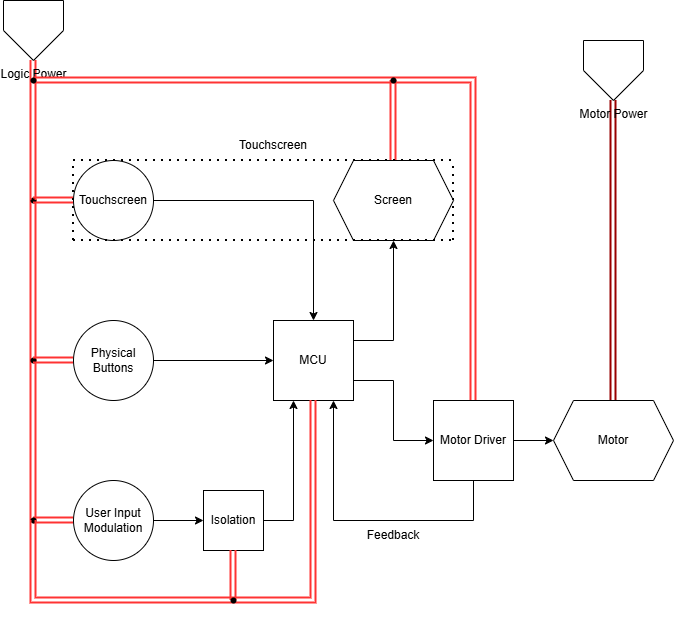
Earlier version of the draw.io export Diagram/autothreader_diagram.png (PerryXu1/auto-threader). Source tidied: cells renumbered, new cells last; positions are measured from the earlier drawing's top-left corner, leaving out a move shared by most shapes. The source it was exported from:
```xml
<mxGraphModel>
  <root>
    <mxCell id="0" />
    <mxCell id="1" parent="0" />
    <mxCell id="2" style="edgeStyle=orthogonalEdgeStyle;rounded=0;jettySize=auto;html=1;exitX=1;exitY=0.75;exitDx=0;exitDy=0;entryX=0;entryY=0.5;entryDx=0;entryDy=0;" parent="1" edge="1" source="4" target="34">
      <mxGeometry relative="1" as="geometry" />
    </mxCell>
    <mxCell id="3" style="edgeStyle=orthogonalEdgeStyle;rounded=0;jettySize=auto;html=1;exitX=1;exitY=0.25;exitDx=0;exitDy=0;entryX=0.5;entryY=1;entryDx=0;entryDy=0;" parent="1" edge="1" source="4" target="14">
      <mxGeometry relative="1" as="geometry" />
    </mxCell>
    <mxCell id="4" value="MCU" style="rounded=0;whiteSpace=wrap;html=1;" parent="1" vertex="1">
      <mxGeometry x="270" y="320" width="80" height="80" as="geometry" />
    </mxCell>
    <mxCell id="5" style="edgeStyle=orthogonalEdgeStyle;rounded=0;orthogonalLoop=1;jettySize=auto;html=1;exitX=1;exitY=0.5;exitDx=0;exitDy=0;entryX=0.5;entryY=0;entryDx=0;entryDy=0;" parent="1" edge="1">
      <mxGeometry relative="1" as="geometry">
        <mxPoint x="150" y="200" as="sourcePoint" />
        <mxPoint x="310" y="320" as="targetPoint" />
      </mxGeometry>
    </mxCell>
    <mxCell id="6" value="Touchscreen" style="ellipse;whiteSpace=wrap;html=1;" parent="1" vertex="1">
      <mxGeometry x="70" y="160" width="80" height="80" as="geometry" />
    </mxCell>
    <mxCell id="7" style="edgeStyle=orthogonalEdgeStyle;rounded=0;jettySize=auto;html=1;entryX=0;entryY=0.5;entryDx=0;entryDy=0;" parent="1" edge="1" source="8" target="4">
      <mxGeometry relative="1" as="geometry" />
    </mxCell>
    <mxCell id="8" value="Physical Buttons" style="ellipse;whiteSpace=wrap;html=1;" parent="1" vertex="1">
      <mxGeometry x="70" y="320" width="80" height="80" as="geometry" />
    </mxCell>
    <mxCell id="9" style="edgeStyle=orthogonalEdgeStyle;rounded=0;jettySize=auto;html=1;entryX=0;entryY=0.5;entryDx=0;entryDy=0;" parent="1" edge="1" source="10" target="13">
      <mxGeometry relative="1" as="geometry" />
    </mxCell>
    <mxCell id="10" value="User Input Modulation" style="ellipse;whiteSpace=wrap;html=1;" parent="1" vertex="1">
      <mxGeometry x="70" y="480" width="80" height="80" as="geometry" />
    </mxCell>
    <mxCell id="11" value="Motor" style="shape=hexagon;perimeter=hexagonPerimeter2;whiteSpace=wrap;html=1;fixedSize=1;" parent="1" vertex="1">
      <mxGeometry x="550" y="400" width="120" height="80" as="geometry" />
    </mxCell>
    <mxCell id="12" style="edgeStyle=orthogonalEdgeStyle;rounded=0;jettySize=auto;html=1;entryX=0.25;entryY=1;entryDx=0;entryDy=0;" parent="1" edge="1" source="13" target="4">
      <mxGeometry relative="1" as="geometry" />
    </mxCell>
    <mxCell id="13" value="Isolation" style="whiteSpace=wrap;html=1;" parent="1" vertex="1">
      <mxGeometry x="200" y="490" width="60" height="60" as="geometry" />
    </mxCell>
    <mxCell id="14" value="Screen" style="shape=hexagon;perimeter=hexagonPerimeter2;whiteSpace=wrap;html=1;fixedSize=1;" parent="1" vertex="1">
      <mxGeometry x="330" y="160" width="120" height="80" as="geometry" />
    </mxCell>
    <mxCell id="15" style="edgeStyle=orthogonalEdgeStyle;rounded=0;jettySize=auto;html=1;exitX=0.5;exitY=1;exitDx=0;exitDy=0;strokeColor=#FF3333;strokeWidth=2;shape=link;" parent="1" edge="1" source="16" target="44">
      <mxGeometry relative="1" as="geometry" />
    </mxCell>
    <mxCell id="16" value="Logic Power" style="verticalLabelPosition=bottom;verticalAlign=top;html=1;shape=offPageConnector;rounded=0;size=0.5;" parent="1" vertex="1">
      <mxGeometry width="60" height="60" as="geometry" />
    </mxCell>
    <mxCell id="17" style="edgeStyle=orthogonalEdgeStyle;rounded=0;jettySize=auto;html=1;entryX=0.5;entryY=0;entryDx=0;entryDy=0;strokeColor=#990000;strokeWidth=2;shape=link;" parent="1" edge="1" source="18" target="11">
      <mxGeometry relative="1" as="geometry" />
    </mxCell>
    <mxCell id="18" value="Motor Power" style="verticalLabelPosition=bottom;verticalAlign=top;html=1;shape=offPageConnector;rounded=0;size=0.5;" parent="1" vertex="1">
      <mxGeometry x="580" y="40" width="60" height="60" as="geometry" />
    </mxCell>
    <mxCell id="19" style="edgeStyle=orthogonalEdgeStyle;rounded=0;jettySize=auto;html=1;shape=link;fillColor=#f8cecc;strokeColor=#FF3333;strokeWidth=2;" parent="1" edge="1" source="20" target="22">
      <mxGeometry relative="1" as="geometry" />
    </mxCell>
    <mxCell id="20" style="shape=waypoint;sketch=0;fillStyle=solid;size=6;points=[];fillColor=none;perimeter=centerPerimeter;snapToPoint=1;" parent="1" vertex="1">
      <mxGeometry x="20" y="190" width="20" height="20" as="geometry" />
    </mxCell>
    <mxCell id="21" style="edgeStyle=orthogonalEdgeStyle;rounded=0;jettySize=auto;html=1;shape=link;fillColor=#f8cecc;strokeColor=#FF3333;strokeWidth=2;" parent="1" edge="1" source="22" target="25">
      <mxGeometry relative="1" as="geometry" />
    </mxCell>
    <mxCell id="22" style="shape=waypoint;sketch=0;fillStyle=solid;size=6;points=[];fillColor=none;perimeter=centerPerimeter;snapToPoint=1;" parent="1" vertex="1">
      <mxGeometry x="20" y="350" width="20" height="20" as="geometry" />
    </mxCell>
    <mxCell id="23" style="edgeStyle=orthogonalEdgeStyle;rounded=0;jettySize=auto;html=1;entryX=0;entryY=0.5;entryDx=0;entryDy=0;shape=link;fillColor=#f8cecc;strokeColor=#FF3333;strokeWidth=2;" parent="1" edge="1" source="25" target="10">
      <mxGeometry relative="1" as="geometry" />
    </mxCell>
    <mxCell id="24" style="edgeStyle=orthogonalEdgeStyle;rounded=0;orthogonalLoop=1;jettySize=auto;html=1;shape=link;fillColor=#f8cecc;strokeColor=#FF3333;strokeWidth=2;" parent="1" edge="1">
      <mxGeometry relative="1" as="geometry">
        <mxPoint x="230" y="600" as="sourcePoint" />
        <mxPoint x="230" y="600" as="targetPoint" />
        <Array as="points">
          <mxPoint x="30" y="600" />
        </Array>
      </mxGeometry>
    </mxCell>
    <mxCell id="25" style="shape=waypoint;sketch=0;fillStyle=solid;size=6;points=[];fillColor=none;perimeter=centerPerimeter;snapToPoint=1;" parent="1" vertex="1">
      <mxGeometry x="20" y="510" width="20" height="20" as="geometry" />
    </mxCell>
    <mxCell id="26" style="edgeStyle=orthogonalEdgeStyle;rounded=0;jettySize=auto;html=1;entryX=0;entryY=0.5;entryDx=0;entryDy=0;shape=link;fillColor=#f8cecc;strokeColor=#FF3333;strokeWidth=2;" parent="1" edge="1" source="22" target="8">
      <mxGeometry relative="1" as="geometry">
        <Array as="points">
          <mxPoint x="50" y="360" />
          <mxPoint x="50" y="360" />
        </Array>
      </mxGeometry>
    </mxCell>
    <mxCell id="27" style="edgeStyle=orthogonalEdgeStyle;rounded=0;jettySize=auto;html=1;shape=link;fillColor=#f8cecc;strokeColor=#FF3333;strokeWidth=2;" parent="1" edge="1" source="20">
      <mxGeometry relative="1" as="geometry">
        <mxPoint x="70" y="200" as="targetPoint" />
        <Array as="points">
          <mxPoint x="40" y="200" />
          <mxPoint x="40" y="200" />
        </Array>
      </mxGeometry>
    </mxCell>
    <mxCell id="28" style="edgeStyle=orthogonalEdgeStyle;rounded=0;jettySize=auto;html=1;shape=link;fillColor=#f8cecc;strokeColor=#FF3333;strokeWidth=2;entryX=0.5;entryY=1;entryDx=0;entryDy=0;" parent="1" edge="1" source="38" target="13">
      <mxGeometry relative="1" as="geometry" />
    </mxCell>
    <mxCell id="29" style="edgeStyle=orthogonalEdgeStyle;rounded=0;jettySize=auto;html=1;shape=link;strokeWidth=2;strokeColor=#FF3333;" parent="1" edge="1" source="44">
      <mxGeometry relative="1" as="geometry">
        <mxPoint x="310" y="80" as="targetPoint" />
      </mxGeometry>
    </mxCell>
    <mxCell id="30" style="edgeStyle=orthogonalEdgeStyle;rounded=0;jettySize=auto;html=1;entryX=0.517;entryY=0.267;entryDx=0;entryDy=0;entryPerimeter=0;shape=link;strokeWidth=2;strokeColor=#FF3333;" parent="1" edge="1" source="44" target="20">
      <mxGeometry relative="1" as="geometry" />
    </mxCell>
    <mxCell id="31" style="edgeStyle=orthogonalEdgeStyle;rounded=0;jettySize=auto;html=1;entryX=0.5;entryY=0;entryDx=0;entryDy=0;shape=link;strokeWidth=2;strokeColor=#FF3333;" parent="1" edge="1" source="48" target="14">
      <mxGeometry relative="1" as="geometry" />
    </mxCell>
    <mxCell id="32" style="edgeStyle=orthogonalEdgeStyle;rounded=0;jettySize=auto;html=1;entryX=0;entryY=0.5;entryDx=0;entryDy=0;" parent="1" edge="1" source="34" target="11">
      <mxGeometry relative="1" as="geometry" />
    </mxCell>
    <mxCell id="33" style="edgeStyle=orthogonalEdgeStyle;rounded=0;jettySize=auto;html=1;entryX=0.75;entryY=1;entryDx=0;entryDy=0;" parent="1" edge="1" source="34" target="4">
      <mxGeometry relative="1" as="geometry">
        <Array as="points">
          <mxPoint x="470" y="520" />
          <mxPoint x="330" y="520" />
        </Array>
      </mxGeometry>
    </mxCell>
    <mxCell id="34" value="Motor Driver" style="rounded=0;whiteSpace=wrap;html=1;" parent="1" vertex="1">
      <mxGeometry x="430" y="400" width="80" height="80" as="geometry" />
    </mxCell>
    <mxCell id="35" value="Feedback" style="text;html=1;whiteSpace=wrap;strokeColor=none;fillColor=none;align=center;verticalAlign=middle;rounded=0;" parent="1" vertex="1">
      <mxGeometry x="360" y="520" width="60" height="30" as="geometry" />
    </mxCell>
    <mxCell id="36" style="edgeStyle=orthogonalEdgeStyle;rounded=0;jettySize=auto;html=1;shape=link;fillColor=#f8cecc;strokeColor=#FF3333;strokeWidth=2;entryDx=0;entryDy=0;" parent="1" edge="1" source="25" target="38">
      <mxGeometry relative="1" as="geometry">
        <Array as="points">
          <mxPoint x="30" y="600" />
        </Array>
      </mxGeometry>
    </mxCell>
    <mxCell id="37" style="edgeStyle=orthogonalEdgeStyle;rounded=0;jettySize=auto;html=1;entryX=0.5;entryY=1;entryDx=0;entryDy=0;strokeWidth=2;strokeColor=#FF3333;shape=link;" parent="1" edge="1" source="38" target="4">
      <mxGeometry relative="1" as="geometry" />
    </mxCell>
    <mxCell id="38" style="shape=waypoint;sketch=0;fillStyle=solid;size=6;points=[];fillColor=none;perimeter=centerPerimeter;snapToPoint=1;" parent="1" vertex="1">
      <mxGeometry x="220" y="590" width="20" height="20" as="geometry" />
    </mxCell>
    <mxCell id="39" style="endArrow=none;dashed=1;html=1;dashPattern=1 3;strokeWidth=2;rounded=0;" parent="1" edge="1">
      <mxGeometry relative="1" as="geometry">
        <mxPoint x="70" y="240" as="sourcePoint" />
        <mxPoint x="450" y="240" as="targetPoint" />
      </mxGeometry>
    </mxCell>
    <mxCell id="40" style="endArrow=none;dashed=1;html=1;dashPattern=1 3;strokeWidth=2;rounded=0;" parent="1" edge="1">
      <mxGeometry relative="1" as="geometry">
        <mxPoint x="70" y="160" as="sourcePoint" />
        <mxPoint x="450" y="160" as="targetPoint" />
      </mxGeometry>
    </mxCell>
    <mxCell id="41" style="endArrow=none;dashed=1;html=1;dashPattern=1 3;strokeWidth=2;rounded=0;" parent="1" edge="1">
      <mxGeometry relative="1" as="geometry">
        <mxPoint x="450" y="240" as="sourcePoint" />
        <mxPoint x="450" y="160" as="targetPoint" />
      </mxGeometry>
    </mxCell>
    <mxCell id="42" style="endArrow=none;dashed=1;html=1;dashPattern=1 3;strokeWidth=2;rounded=0;" parent="1" edge="1">
      <mxGeometry relative="1" as="geometry">
        <mxPoint x="70" y="240" as="sourcePoint" />
        <mxPoint x="70" y="160" as="targetPoint" />
      </mxGeometry>
    </mxCell>
    <mxCell id="43" style="edgeStyle=orthogonalEdgeStyle;rounded=0;jettySize=auto;html=1;shape=link;strokeWidth=2;strokeColor=#FF3333;" parent="1" edge="1" target="44">
      <mxGeometry relative="1" as="geometry">
        <mxPoint x="30" y="80" as="sourcePoint" />
      </mxGeometry>
    </mxCell>
    <mxCell id="44" style="shape=waypoint;sketch=0;fillStyle=solid;size=6;points=[];fillColor=none;perimeter=centerPerimeter;snapToPoint=1;" parent="1" vertex="1">
      <mxGeometry x="20" y="70" width="20" height="20" as="geometry" />
    </mxCell>
    <mxCell id="45" value="Touchscreen" style="text;html=1;whiteSpace=wrap;strokeColor=none;fillColor=none;align=center;verticalAlign=middle;rounded=0;" parent="1" vertex="1">
      <mxGeometry x="240" y="130" width="60" height="30" as="geometry" />
    </mxCell>
    <mxCell id="46" style="edgeStyle=orthogonalEdgeStyle;rounded=0;jettySize=auto;html=1;entryDx=0;entryDy=0;shape=link;strokeWidth=2;strokeColor=#FF3333;" parent="1" edge="1" target="48">
      <mxGeometry relative="1" as="geometry">
        <mxPoint x="310" y="80" as="sourcePoint" />
      </mxGeometry>
    </mxCell>
    <mxCell id="47" style="edgeStyle=orthogonalEdgeStyle;rounded=0;jettySize=auto;html=1;entryX=0.5;entryY=0;entryDx=0;entryDy=0;strokeColor=#FF3333;strokeWidth=2;shape=link;" parent="1" edge="1" source="48" target="34">
      <mxGeometry relative="1" as="geometry" />
    </mxCell>
    <mxCell id="48" style="shape=waypoint;sketch=0;fillStyle=solid;size=6;points=[];fillColor=none;perimeter=centerPerimeter;snapToPoint=1;" parent="1" vertex="1">
      <mxGeometry x="380" y="70" width="20" height="20" as="geometry" />
    </mxCell>
  </root>
</mxGraphModel>
```
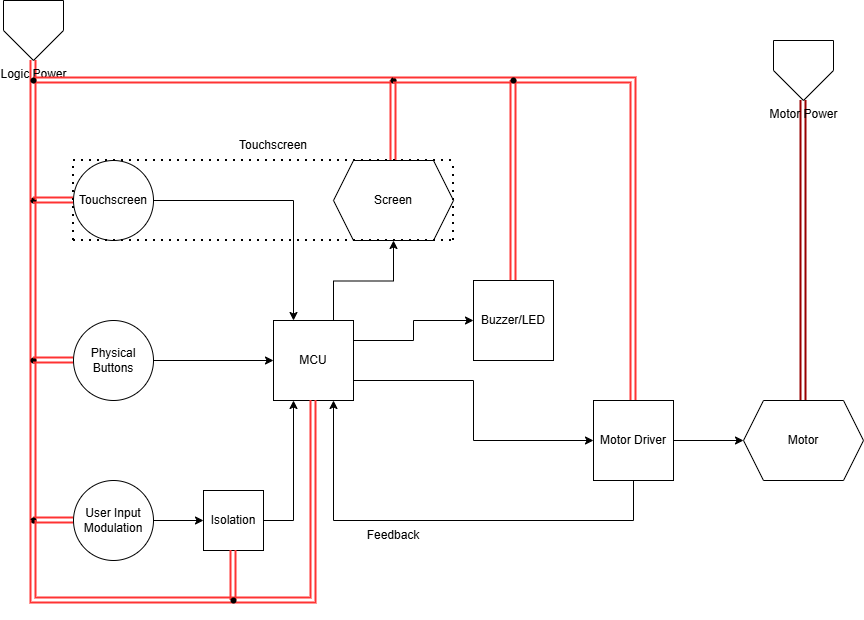
The same file after the commit.

Commit message:
feat: updated block diagram

What changed in the source:
```diff
@@ -5,16 +5,21 @@
     <mxCell id="2" style="edgeStyle=orthogonalEdgeStyle;rounded=0;jettySize=auto;html=1;exitX=1;exitY=0.75;exitDx=0;exitDy=0;entryX=0;entryY=0.5;entryDx=0;entryDy=0;" parent="1" edge="1" source="4" target="34">
       <mxGeometry relative="1" as="geometry" />
     </mxCell>
-    <mxCell id="3" style="edgeStyle=orthogonalEdgeStyle;rounded=0;jettySize=auto;html=1;exitX=1;exitY=0.25;exitDx=0;exitDy=0;entryX=0.5;entryY=1;entryDx=0;entryDy=0;" parent="1" edge="1" source="4" target="14">
-      <mxGeometry relative="1" as="geometry" />
-    </mxCell>
+    <mxCell id="49" style="edgeStyle=orthogonalEdgeStyle;rounded=0;jettySize=auto;html=1;exitX=0.75;exitY=0;exitDx=0;exitDy=0;" parent="1" edge="1" source="4">
+      <mxGeometry relative="1" as="geometry">
+        <mxPoint x="390" y="240" as="targetPoint" />
+      </mxGeometry>
+    </mxCell>
+    <mxCell id="50" style="edgeStyle=orthogonalEdgeStyle;rounded=0;jettySize=auto;html=1;exitX=1;exitY=0.25;exitDx=0;exitDy=0;entryX=0;entryY=0.5;entryDx=0;entryDy=0;" parent="1" edge="1" source="4" target="51">
+      <mxGeometry relative="1" as="geometry" />
+    </mxCell>
     <mxCell id="4" value="MCU" style="rounded=0;whiteSpace=wrap;html=1;" parent="1" vertex="1">
       <mxGeometry x="270" y="320" width="80" height="80" as="geometry" />
     </mxCell>
     <mxCell id="5" style="edgeStyle=orthogonalEdgeStyle;rounded=0;orthogonalLoop=1;jettySize=auto;html=1;exitX=1;exitY=0.5;exitDx=0;exitDy=0;entryX=0.5;entryY=0;entryDx=0;entryDy=0;" parent="1" edge="1">
       <mxGeometry relative="1" as="geometry">
-        <mxPoint x="150" y="200" as="sourcePoint" />
-        <mxPoint x="310" y="320" as="targetPoint" />
+        <mxPoint x="130" y="200" as="sourcePoint" />
+        <mxPoint x="290" y="320" as="targetPoint" />
       </mxGeometry>
     </mxCell>
     <mxCell id="6" value="Touchscreen" style="ellipse;whiteSpace=wrap;html=1;" parent="1" vertex="1">
@@ -33,7 +38,7 @@
       <mxGeometry x="70" y="480" width="80" height="80" as="geometry" />
     </mxCell>
     <mxCell id="11" value="Motor" style="shape=hexagon;perimeter=hexagonPerimeter2;whiteSpace=wrap;html=1;fixedSize=1;" parent="1" vertex="1">
-      <mxGeometry x="550" y="400" width="120" height="80" as="geometry" />
+      <mxGeometry x="740" y="400" width="120" height="80" as="geometry" />
     </mxCell>
     <mxCell id="12" style="edgeStyle=orthogonalEdgeStyle;rounded=0;jettySize=auto;html=1;entryX=0.25;entryY=1;entryDx=0;entryDy=0;" parent="1" edge="1" source="13" target="4">
       <mxGeometry relative="1" as="geometry" />
@@ -54,7 +59,7 @@
       <mxGeometry relative="1" as="geometry" />
     </mxCell>
     <mxCell id="18" value="Motor Power" style="verticalLabelPosition=bottom;verticalAlign=top;html=1;shape=offPageConnector;rounded=0;size=0.5;" parent="1" vertex="1">
-      <mxGeometry x="580" y="40" width="60" height="60" as="geometry" />
+      <mxGeometry x="770" y="40" width="60" height="60" as="geometry" />
     </mxCell>
     <mxCell id="19" style="edgeStyle=orthogonalEdgeStyle;rounded=0;jettySize=auto;html=1;shape=link;fillColor=#f8cecc;strokeColor=#FF3333;strokeWidth=2;" parent="1" edge="1" source="20" target="22">
       <mxGeometry relative="1" as="geometry" />
@@ -120,13 +125,13 @@
     <mxCell id="33" style="edgeStyle=orthogonalEdgeStyle;rounded=0;jettySize=auto;html=1;entryX=0.75;entryY=1;entryDx=0;entryDy=0;" parent="1" edge="1" source="34" target="4">
       <mxGeometry relative="1" as="geometry">
         <Array as="points">
-          <mxPoint x="470" y="520" />
+          <mxPoint x="630" y="520" />
           <mxPoint x="330" y="520" />
         </Array>
       </mxGeometry>
     </mxCell>
     <mxCell id="34" value="Motor Driver" style="rounded=0;whiteSpace=wrap;html=1;" parent="1" vertex="1">
-      <mxGeometry x="430" y="400" width="80" height="80" as="geometry" />
+      <mxGeometry x="590" y="400" width="80" height="80" as="geometry" />
     </mxCell>
     <mxCell id="35" value="Feedback" style="text;html=1;whiteSpace=wrap;strokeColor=none;fillColor=none;align=center;verticalAlign=middle;rounded=0;" parent="1" vertex="1">
       <mxGeometry x="360" y="520" width="60" height="30" as="geometry" />
@@ -184,11 +189,23 @@
         <mxPoint x="310" y="80" as="sourcePoint" />
       </mxGeometry>
     </mxCell>
-    <mxCell id="47" style="edgeStyle=orthogonalEdgeStyle;rounded=0;jettySize=auto;html=1;entryX=0.5;entryY=0;entryDx=0;entryDy=0;strokeColor=#FF3333;strokeWidth=2;shape=link;" parent="1" edge="1" source="48" target="34">
+    <mxCell id="47" style="edgeStyle=orthogonalEdgeStyle;rounded=0;jettySize=auto;html=1;entryX=0.5;entryY=0;entryDx=0;entryDy=0;strokeColor=#FF3333;strokeWidth=2;shape=link;" parent="1" edge="1" source="54" target="34">
       <mxGeometry relative="1" as="geometry" />
     </mxCell>
     <mxCell id="48" style="shape=waypoint;sketch=0;fillStyle=solid;size=6;points=[];fillColor=none;perimeter=centerPerimeter;snapToPoint=1;" parent="1" vertex="1">
       <mxGeometry x="380" y="70" width="20" height="20" as="geometry" />
     </mxCell>
+    <mxCell id="51" value="Buzzer/LED" style="rounded=0;whiteSpace=wrap;html=1;" parent="1" vertex="1">
+      <mxGeometry x="470" y="280" width="80" height="80" as="geometry" />
+    </mxCell>
+    <mxCell id="52" style="edgeStyle=orthogonalEdgeStyle;rounded=0;jettySize=auto;html=1;entryDx=0;entryDy=0;strokeColor=#FF3333;strokeWidth=2;shape=link;" parent="1" edge="1" source="48" target="54">
+      <mxGeometry relative="1" as="geometry" />
+    </mxCell>
+    <mxCell id="53" style="edgeStyle=orthogonalEdgeStyle;rounded=0;jettySize=auto;html=1;entryX=0.5;entryY=0;entryDx=0;entryDy=0;shape=link;strokeWidth=2;strokeColor=#FF3333;" parent="1" edge="1" source="54" target="51">
+      <mxGeometry relative="1" as="geometry" />
+    </mxCell>
+    <mxCell id="54" style="shape=waypoint;sketch=0;fillStyle=solid;size=6;points=[];fillColor=none;perimeter=centerPerimeter;snapToPoint=1;" parent="1" vertex="1">
+      <mxGeometry x="500" y="70" width="20" height="20" as="geometry" />
+    </mxCell>
   </root>
 </mxGraphModel>
```
